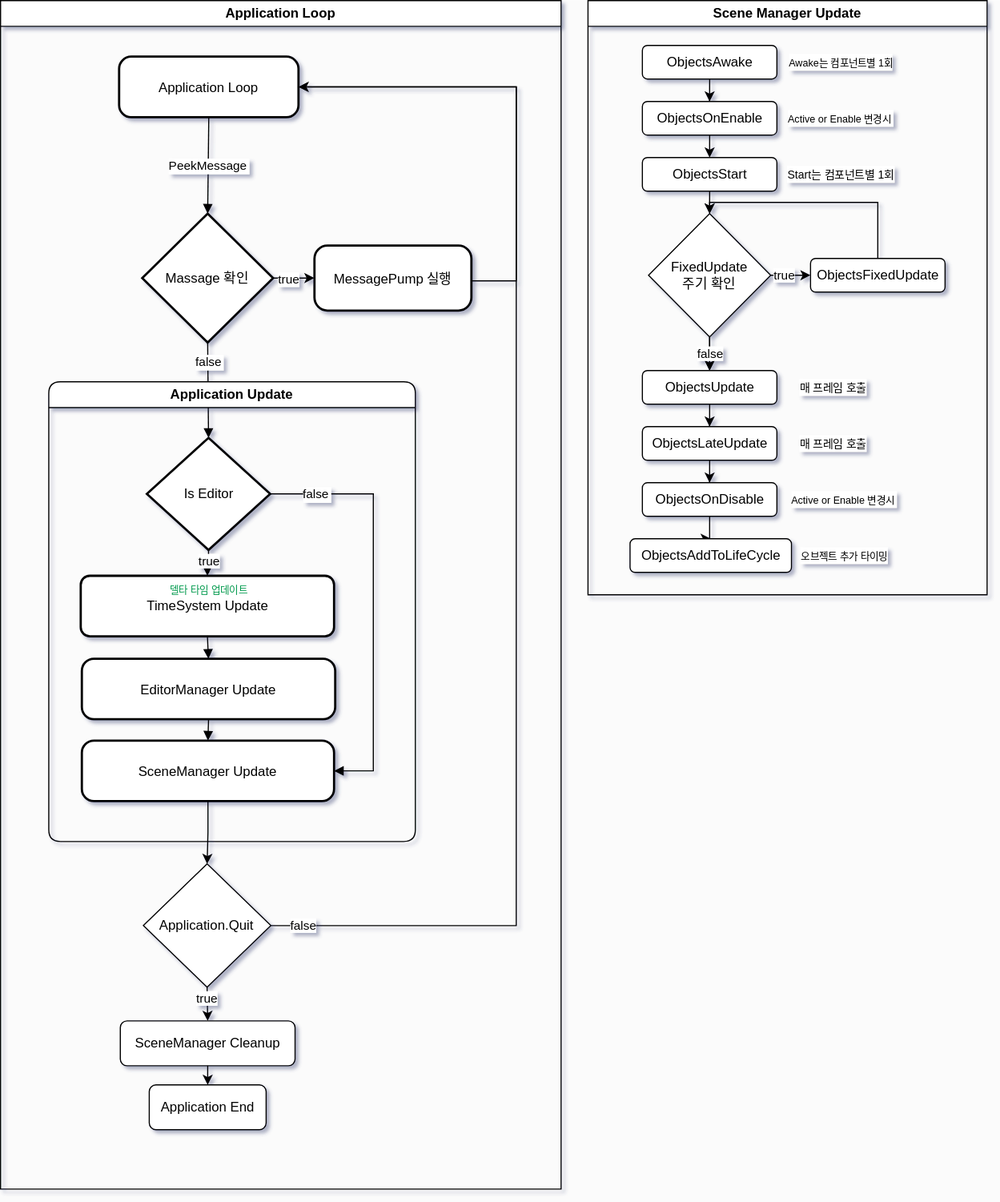
Before: Diagram/GameEngineFlowChart.drawio.svg, a diagram exported from draw.io (Scarecrow37/VanishingGround). Source tidied: cells renumbered, new cells last; positions are measured from the earlier drawing's top-left corner, leaving out a move shared by most shapes.
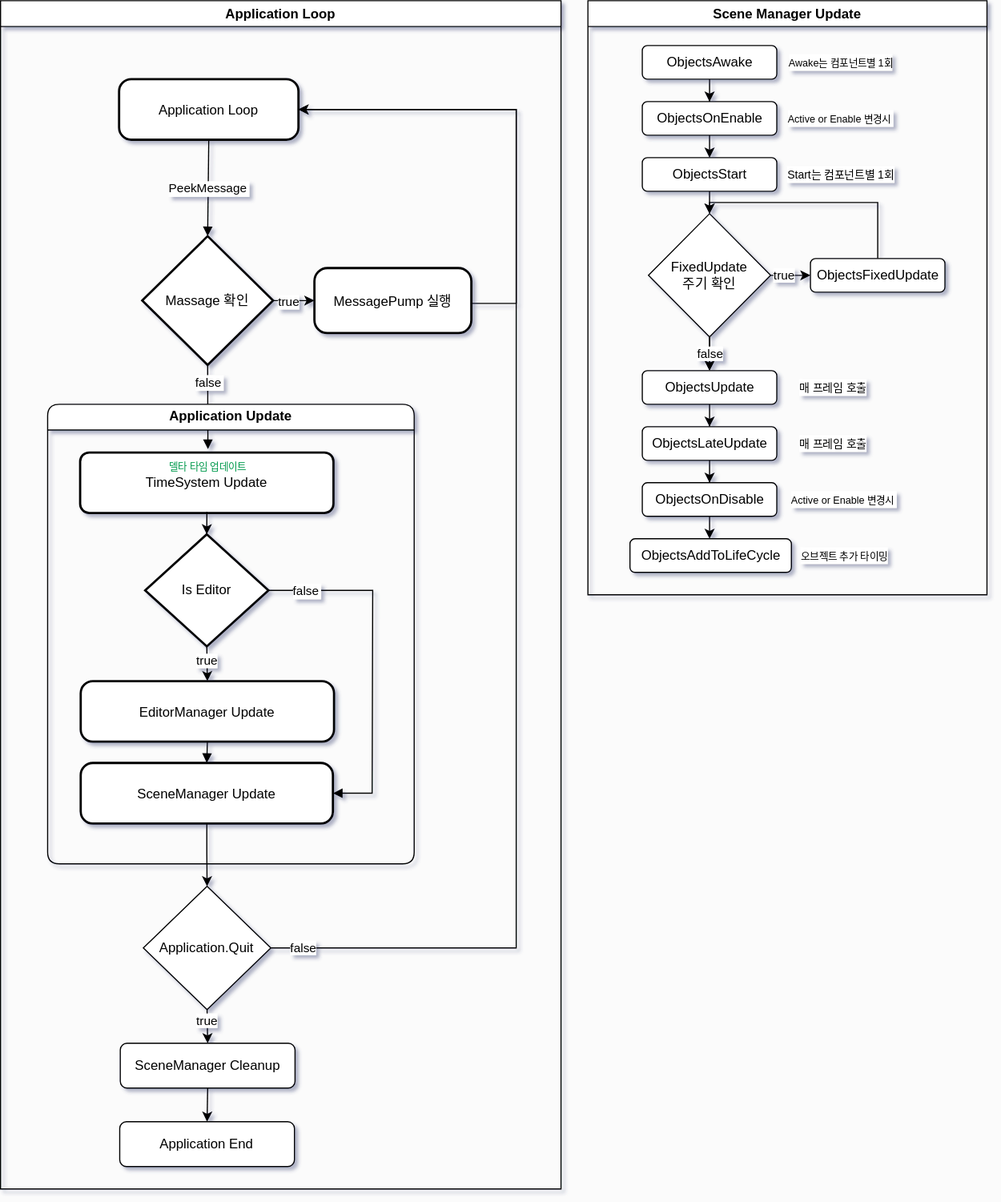
Above is the later version.

Diff of the diagram source:
```diff
@@ -6,7 +6,7 @@
       <mxGeometry width="500" height="1060" as="geometry" />
     </mxCell>
     <mxCell id="3" style="group;labelBackgroundColor=default;" parent="2" vertex="1">
-      <mxGeometry x="20" y="50" width="430" height="970" as="geometry" />
+      <mxGeometry x="20" y="70" width="430" height="970" as="geometry" />
     </mxCell>
     <mxCell id="4" value="Application Loop" style="rounded=1;arcSize=20;strokeWidth=2;labelBackgroundColor=default;" parent="3" vertex="1">
       <mxGeometry x="85.8" width="160" height="54" as="geometry" />
@@ -34,17 +34,14 @@
     <mxCell id="9" value="PeekMessage" style="curved=1;startArrow=none;endArrow=block;exitX=0.5;exitY=1;entryX=0.5;entryY=0;rounded=0;labelBackgroundColor=default;" parent="3" edge="1" source="4" target="6">
       <mxGeometry relative="1" as="geometry" />
     </mxCell>
-    <mxCell id="10" value="false" style="curved=0;startArrow=none;endArrow=block;exitX=0.5;exitY=1;entryX=0.5;entryY=0;rounded=0;exitDx=0;exitDy=0;entryDx=0;entryDy=0;labelBackgroundColor=default;" parent="3" edge="1" source="6" target="13">
+    <mxCell id="10" value="false" style="curved=0;startArrow=none;endArrow=block;exitX=0.5;exitY=1;entryX=0.5;entryY=0;rounded=0;exitDx=0;exitDy=0;entryDx=0;entryDy=0;labelBackgroundColor=default;" parent="3" edge="1" source="6" target="21">
       <mxGeometry x="-0.6" y="1" relative="1" as="geometry" />
     </mxCell>
     <mxCell id="11" value="Application Update" style="swimlane;whiteSpace=wrap;html=1;rounded=1;labelBackgroundColor=default;" parent="3" vertex="1">
-      <mxGeometry x="23" y="290" width="327" height="410" as="geometry" />
+      <mxGeometry x="22" y="290" width="327" height="410" as="geometry" />
     </mxCell>
-    <mxCell id="12" value="true" style="edgeStyle=orthogonalEdgeStyle;rounded=0;jettySize=auto;html=1;labelBackgroundColor=default;" parent="11" edge="1" source="13" target="20">
-      <mxGeometry x="-0.17" relative="1" as="geometry" />
-    </mxCell>
     <mxCell id="13" value="Is Editor" style="rhombus;strokeWidth=2;whiteSpace=wrap;labelBackgroundColor=default;" parent="11" vertex="1">
-      <mxGeometry x="87.5" y="50" width="110" height="100" as="geometry" />
+      <mxGeometry x="87" y="116" width="110" height="100" as="geometry" />
     </mxCell>
     <mxCell id="14" value="EditorManager Update" style="rounded=1;arcSize=20;strokeWidth=2;labelBackgroundColor=default;" parent="11" vertex="1">
       <mxGeometry x="29.5" y="247" width="226" height="54" as="geometry" />
@@ -52,13 +49,10 @@
     <mxCell id="15" value="SceneManager Update" style="rounded=1;arcSize=20;strokeWidth=2;labelBackgroundColor=default;" parent="11" vertex="1">
       <mxGeometry x="29.5" y="320" width="225" height="54" as="geometry" />
     </mxCell>
-    <mxCell id="16" style="curved=1;startArrow=none;endArrow=block;exitX=0.5;exitY=1;entryX=0.5;entryY=0;rounded=0;exitDx=0;exitDy=0;labelBackgroundColor=default;" parent="11" edge="1" source="20" target="14">
-      <mxGeometry x="-0.11" relative="1" as="geometry" />
-    </mxCell>
     <mxCell id="17" value="false" style="curved=0;startArrow=none;endArrow=block;exitX=1;exitY=0.5;entryX=1;entryY=0.5;rounded=0;exitDx=0;exitDy=0;entryDx=0;entryDy=0;labelBackgroundColor=default;" parent="11" edge="1" source="13" target="15">
       <mxGeometry x="-0.78" relative="1" as="geometry">
         <Array as="points">
-          <mxPoint x="289.5" y="100" />
+          <mxPoint x="290" y="166" />
           <mxPoint x="289.5" y="347" />
         </Array>
       </mxGeometry>
@@ -66,15 +60,21 @@
     <mxCell id="18" style="curved=1;startArrow=none;endArrow=block;exitX=0.5;exitY=1;entryX=0.5;entryY=0;rounded=0;exitDx=0;exitDy=0;entryDx=0;entryDy=0;labelBackgroundColor=default;" parent="11" edge="1" source="14" target="15">
       <mxGeometry relative="1" as="geometry" />
     </mxCell>
-    <mxCell id="19" style="group;labelBackgroundColor=default;" parent="11" vertex="1">
-      <mxGeometry x="28.5" y="170" width="226" height="57" as="geometry" />
-    </mxCell>
+    <mxCell id="12" value="true" style="edgeStyle=orthogonalEdgeStyle;rounded=0;jettySize=auto;html=1;labelBackgroundColor=default;exitX=0.5;exitY=1;exitDx=0;exitDy=0;entryX=0.5;entryY=0;entryDx=0;entryDy=0;" parent="11" edge="1" source="13" target="14">
+      <mxGeometry x="-0.17" relative="1" as="geometry" />
+    </mxCell>
+    <mxCell id="56" style="group;" parent="11" vertex="1">
+      <mxGeometry x="29" y="40" width="226" height="57" as="geometry" />
+    </mxCell>
-    <mxCell id="20" value="TimeSystem Update" style="rounded=1;whiteSpace=wrap;html=1;strokeWidth=2;labelBackgroundColor=default;" parent="19" vertex="1">
+    <mxCell id="20" value="TimeSystem Update" style="rounded=1;whiteSpace=wrap;html=1;strokeWidth=2;labelBackgroundColor=default;" parent="56" vertex="1">
       <mxGeometry y="3" width="226" height="54" as="geometry" />
     </mxCell>
-    <mxCell id="21" value="&lt;font style=&quot;font-size: 9px;&quot;&gt;델타 타임 업데이트&lt;/font&gt;" style="text;html=1;align=center;verticalAlign=middle;whiteSpace=wrap;rounded=0;labelBorderColor=none;fontColor=#00994C;labelBackgroundColor=default;" parent="19" vertex="1">
+    <mxCell id="21" value="&lt;font style=&quot;font-size: 9px;&quot;&gt;델타 타임 업데이트&lt;/font&gt;" style="text;html=1;align=center;verticalAlign=middle;whiteSpace=wrap;rounded=0;labelBorderColor=none;fontColor=#00994C;labelBackgroundColor=default;" parent="56" vertex="1">
       <mxGeometry x="47" width="134" height="30" as="geometry" />
     </mxCell>
+    <mxCell id="57" style="edgeStyle=orthogonalEdgeStyle;rounded=0;jettySize=auto;html=1;entryX=0.5;entryY=0;entryDx=0;entryDy=0;" parent="11" edge="1" source="20" target="13">
+      <mxGeometry relative="1" as="geometry" />
+    </mxCell>
     <mxCell id="22" style="edgeStyle=orthogonalEdgeStyle;rounded=0;jettySize=auto;html=1;exitX=0.5;exitY=1;exitDx=0;exitDy=0;entryX=0.5;entryY=0;entryDx=0;entryDy=0;labelBackgroundColor=default;" parent="3" edge="1" source="15" target="25">
       <mxGeometry relative="1" as="geometry" />
     </mxCell>
@@ -96,7 +96,7 @@
       <mxGeometry x="86.8" y="860" width="155.9" height="40" as="geometry" />
     </mxCell>
     <mxCell id="27" value="&lt;span style=&quot;text-wrap-mode: nowrap;&quot;&gt;Application&amp;nbsp;&lt;/span&gt;&lt;span style=&quot;color: light-dark(rgb(0, 0, 0), rgb(255, 255, 255));&quot;&gt;End&lt;/span&gt;" style="rounded=1;whiteSpace=wrap;html=1;labelBackgroundColor=default;" parent="3" vertex="1">
-      <mxGeometry x="112.6" y="917" width="104.2" height="40" as="geometry" />
+      <mxGeometry x="86.3" y="930" width="155.9" height="40" as="geometry" />
     </mxCell>
     <mxCell id="28" style="edgeStyle=orthogonalEdgeStyle;rounded=0;jettySize=auto;html=1;entryX=0.5;entryY=0;entryDx=0;entryDy=0;exitX=0.5;exitY=1;exitDx=0;exitDy=0;labelBackgroundColor=default;" parent="3" edge="1" source="26" target="27">
       <mxGeometry relative="1" as="geometry" />
```
